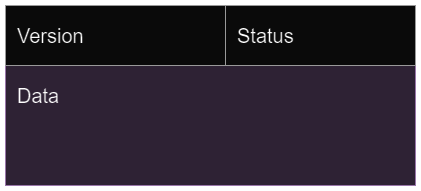
Before: images/controlresponse.png, a diagram exported from draw.io (osklot12/IDATA2304-PROJECT-GROUP10). Source tidied: cells renumbered, new cells last; positions are measured from the earlier drawing's top-left corner, leaving out a move shared by most shapes. The source it was exported from:
```xml
<mxGraphModel>
  <root>
    <mxCell id="0" />
    <mxCell id="1" parent="0" />
    <mxCell id="2" style="rounded=0;whiteSpace=wrap;html=1;fillColor=#e1d5e7;strokeColor=#9673a6;" parent="1" vertex="1">
      <mxGeometry width="410" height="180" as="geometry" />
    </mxCell>
    <mxCell id="3" style="rounded=0;whiteSpace=wrap;html=1;fillColor=#f5f5f5;fontColor=#333333;strokeColor=#666666;" parent="1" vertex="1">
      <mxGeometry width="220" height="60" as="geometry" />
    </mxCell>
    <mxCell id="4" style="rounded=0;whiteSpace=wrap;html=1;fillColor=#f5f5f5;fontColor=#333333;strokeColor=#666666;" parent="1" vertex="1">
      <mxGeometry x="220" width="190" height="60" as="geometry" />
    </mxCell>
    <mxCell id="5" value="&lt;font style=&quot;font-size: 20px;&quot;&gt;Version&lt;/font&gt;" style="text;html=1;strokeColor=none;fillColor=none;align=left;verticalAlign=middle;whiteSpace=wrap;rounded=0;" parent="1" vertex="1">
      <mxGeometry x="10" width="110" height="60" as="geometry" />
    </mxCell>
    <mxCell id="6" value="&lt;font style=&quot;font-size: 20px;&quot;&gt;Status&lt;/font&gt;" style="text;html=1;strokeColor=none;fillColor=none;align=left;verticalAlign=middle;whiteSpace=wrap;rounded=0;" parent="1" vertex="1">
      <mxGeometry x="230" width="110" height="60" as="geometry" />
    </mxCell>
    <mxCell id="7" value="&lt;font style=&quot;font-size: 20px;&quot;&gt;Data&lt;/font&gt;" style="text;html=1;strokeColor=none;fillColor=none;align=left;verticalAlign=middle;whiteSpace=wrap;rounded=0;" parent="1" vertex="1">
      <mxGeometry x="10" y="60" width="110" height="60" as="geometry" />
    </mxCell>
  </root>
</mxGraphModel>
```
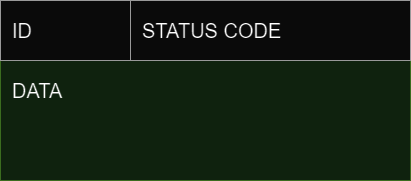
Later version of the same file.

Change to the diagram source:
```diff
@@ -2,23 +2,23 @@
   <root>
     <mxCell id="0" />
     <mxCell id="1" parent="0" />
-    <mxCell id="2" style="rounded=0;whiteSpace=wrap;html=1;fillColor=#e1d5e7;strokeColor=#9673a6;" parent="1" vertex="1">
+    <mxCell id="2" style="rounded=0;whiteSpace=wrap;html=1;fillColor=#d5e8d4;strokeColor=#82b366;" parent="1" vertex="1">
       <mxGeometry width="410" height="180" as="geometry" />
     </mxCell>
     <mxCell id="3" style="rounded=0;whiteSpace=wrap;html=1;fillColor=#f5f5f5;fontColor=#333333;strokeColor=#666666;" parent="1" vertex="1">
-      <mxGeometry width="220" height="60" as="geometry" />
+      <mxGeometry width="130" height="60" as="geometry" />
     </mxCell>
-    <mxCell id="4" style="rounded=0;whiteSpace=wrap;html=1;fillColor=#f5f5f5;fontColor=#333333;strokeColor=#666666;" parent="1" vertex="1">
-      <mxGeometry x="220" width="190" height="60" as="geometry" />
-    </mxCell>
-    <mxCell id="5" value="&lt;font style=&quot;font-size: 20px;&quot;&gt;Version&lt;/font&gt;" style="text;html=1;strokeColor=none;fillColor=none;align=left;verticalAlign=middle;whiteSpace=wrap;rounded=0;" parent="1" vertex="1">
-      <mxGeometry x="10" width="110" height="60" as="geometry" />
-    </mxCell>
-    <mxCell id="6" value="&lt;font style=&quot;font-size: 20px;&quot;&gt;Status&lt;/font&gt;" style="text;html=1;strokeColor=none;fillColor=none;align=left;verticalAlign=middle;whiteSpace=wrap;rounded=0;" parent="1" vertex="1">
-      <mxGeometry x="230" width="110" height="60" as="geometry" />
-    </mxCell>
-    <mxCell id="7" value="&lt;font style=&quot;font-size: 20px;&quot;&gt;Data&lt;/font&gt;" style="text;html=1;strokeColor=none;fillColor=none;align=left;verticalAlign=middle;whiteSpace=wrap;rounded=0;" parent="1" vertex="1">
+    <mxCell id="7" value="&lt;font style=&quot;font-size: 20px;&quot;&gt;DATA&lt;/font&gt;" style="text;html=1;strokeColor=none;fillColor=none;align=left;verticalAlign=middle;whiteSpace=wrap;rounded=0;" parent="1" vertex="1">
       <mxGeometry x="10" y="60" width="110" height="60" as="geometry" />
     </mxCell>
+    <mxCell id="8" style="rounded=0;whiteSpace=wrap;html=1;fillColor=#f5f5f5;fontColor=#333333;strokeColor=#666666;" parent="1" vertex="1">
+      <mxGeometry x="130" width="280" height="60" as="geometry" />
+    </mxCell>
+    <mxCell id="9" value="&lt;font style=&quot;font-size: 20px;&quot;&gt;ID&lt;/font&gt;" style="text;html=1;strokeColor=none;fillColor=none;align=left;verticalAlign=middle;whiteSpace=wrap;rounded=0;" parent="1" vertex="1">
+      <mxGeometry x="10" width="110" height="60" as="geometry" />
+    </mxCell>
+    <mxCell id="10" value="&lt;font style=&quot;font-size: 20px;&quot;&gt;STATUS CODE&lt;br&gt;&lt;/font&gt;" style="text;html=1;strokeColor=none;fillColor=none;align=left;verticalAlign=middle;whiteSpace=wrap;rounded=0;" parent="1" vertex="1">
+      <mxGeometry x="140" width="200" height="60" as="geometry" />
+    </mxCell>
   </root>
 </mxGraphModel>
```
